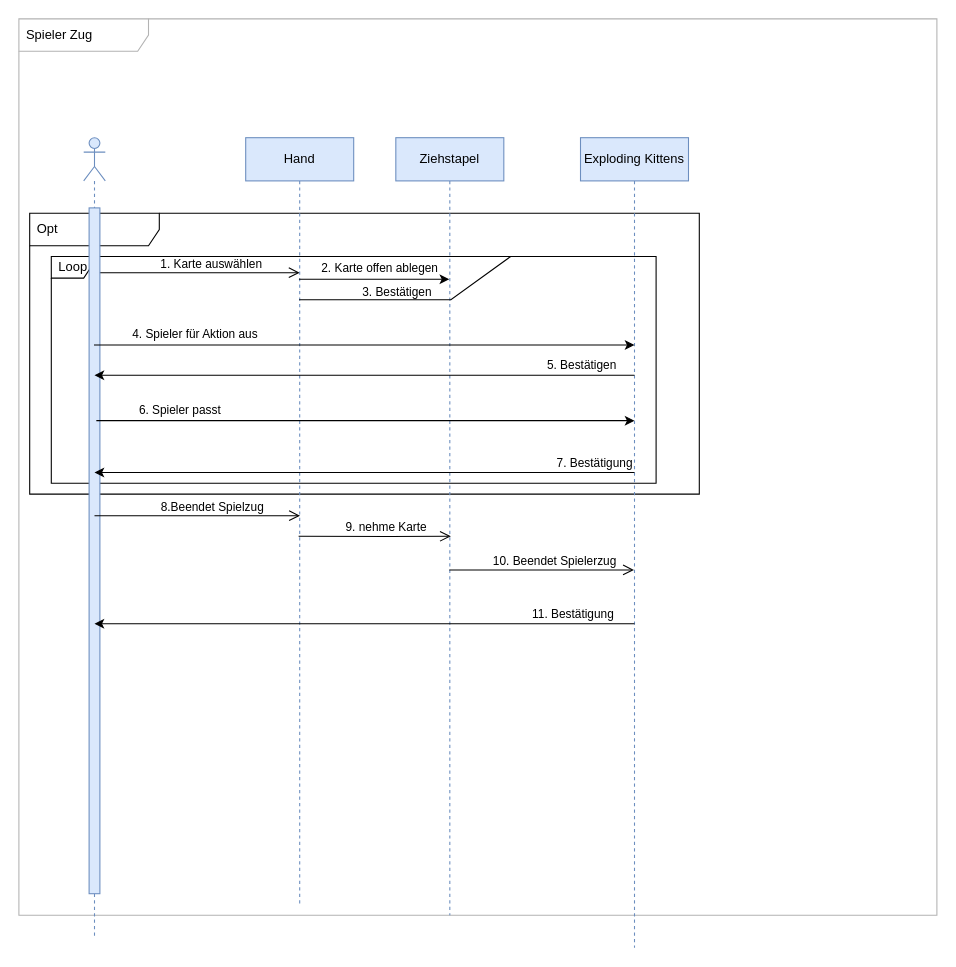
Earlier version of the draw.io diagram sequence_diagram/diagram/workspace/sequence.drawio (anuerk/se_exploding_kittens). Source tidied: cells renumbered, new cells numbered last; positions are measured from the earlier drawing's top-left corner, leaving out a move shared by most shapes. Both pictures are drawn from the tidied source at 108%, with x=0, y=0 at pixel (18, 18).
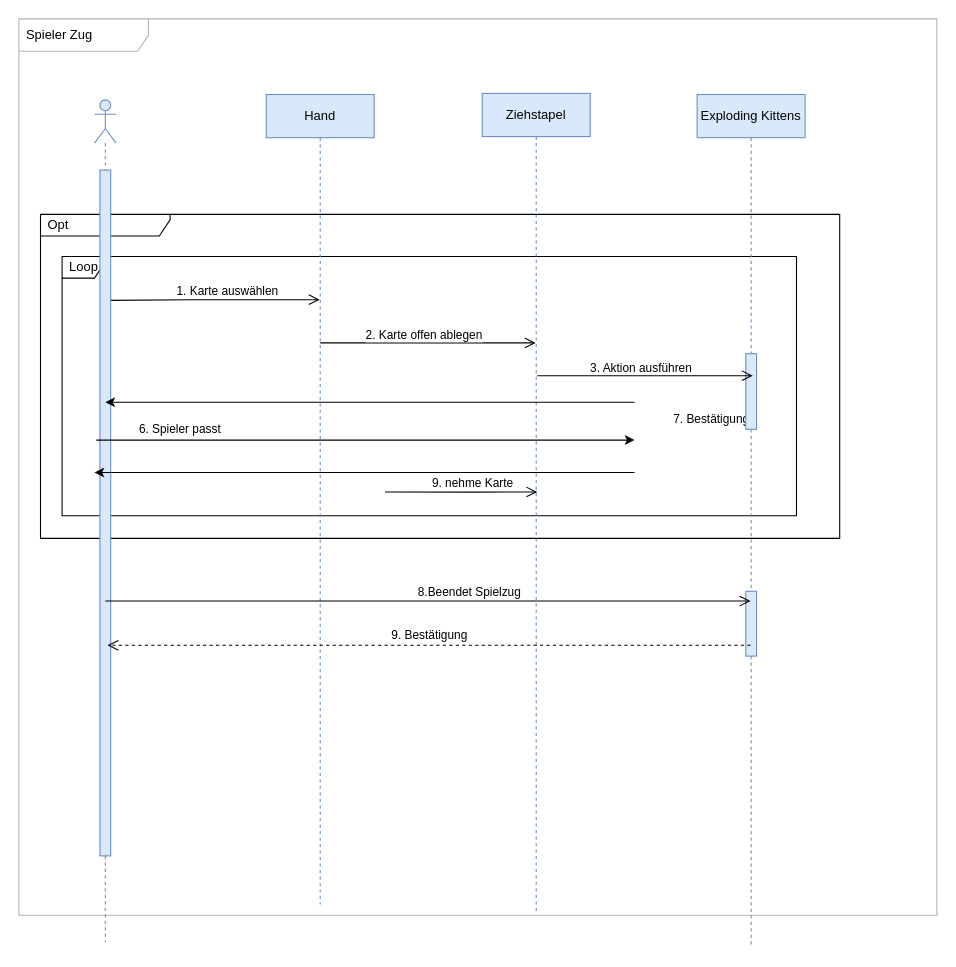
The same page after the edit.

The change refers to these unchanged cells:
```xml
<mxCell id="18" style="rounded=0;whiteSpace=wrap;html=1;labelBackgroundColor=none;strokeColor=#6c8ebf;fillColor=#dae8fc;" parent="17" vertex="1">
  <mxGeometry x="5" y="65" width="10" height="635" as="geometry" />
</mxCell>
```

Change to the diagram source:
```diff
@@
     <mxCell id="2" value="Loop" style="shape=umlFrame;whiteSpace=wrap;html=1;width=40;height=20;boundedLbl=1;verticalAlign=middle;align=left;spacingLeft=5;rounded=0;labelBackgroundColor=none;strokeColor=default;fillColor=none;gradientColor=none;" parent="1" vertex="1">
-      <mxGeometry x="30" y="220" width="560" height="210" as="geometry" />
+      <mxGeometry x="40" y="220" width="680" height="240" as="geometry" />
     </mxCell>
@@
-    <mxCell id="4" value="Opt" style="shape=umlFrame;whiteSpace=wrap;html=1;width=120;height=30;boundedLbl=1;verticalAlign=middle;align=left;spacingLeft=5;rounded=0;labelBackgroundColor=none;strokeColor=default;fillColor=none;gradientColor=none;" parent="1" vertex="1">
-      <mxGeometry x="10" y="180" width="620" height="260" as="geometry" />
+    <mxCell id="4" value="Opt" style="shape=umlFrame;whiteSpace=wrap;html=1;width=120;height=20;boundedLbl=1;verticalAlign=middle;align=left;spacingLeft=5;rounded=0;labelBackgroundColor=none;strokeColor=default;fillColor=none;gradientColor=none;" parent="1" vertex="1">
+      <mxGeometry x="20" y="181" width="740" height="300" as="geometry" />
     </mxCell>
-    <mxCell id="5" style="endArrow=open;startArrow=none;endFill=0;startFill=0;endSize=8;html=1;verticalAlign=bottom;labelBackgroundColor=none;strokeWidth=1;rounded=0;" parent="1" edge="1">
+    <mxCell id="5" style="endArrow=open;startArrow=none;endFill=0;startFill=0;endSize=8;html=1;verticalAlign=bottom;labelBackgroundColor=none;strokeWidth=1;rounded=0;exitX=0.659;exitY=0.19;exitDx=0;exitDy=0;exitPerimeter=0;" parent="1" edge="1" source="18" target="7">
       <mxGeometry relative="1" as="geometry">
-        <mxPoint x="69.3" y="235" as="sourcePoint" />
-        <mxPoint x="260" y="235" as="targetPoint" />
         <Array as="points">
-          <mxPoint x="160" y="235" />
+          <mxPoint x="160" y="260" />
         </Array>
       </mxGeometry>
     </mxCell>
@@
     <mxCell id="7" value="Hand" style="shape=umlLifeline;perimeter=lifelinePerimeter;whiteSpace=wrap;html=1;outlineConnect=0;rounded=0;labelBackgroundColor=none;fillColor=#dae8fc;strokeColor=#6c8ebf;" parent="1" vertex="1">
-      <mxGeometry x="210" y="110" width="100" height="710" as="geometry" />
+      <mxGeometry x="229" y="70" width="100" height="750" as="geometry" />
     </mxCell>
+    <mxCell id="12" style="endArrow=open;html=1;rounded=0;verticalAlign=bottom;strokeWidth=1;labelBackgroundColor=none;endFill=0;endSize=8;startFill=0;" parent="7" edge="1" target="8">
+      <mxGeometry relative="1" as="geometry">
+        <mxPoint x="50" y="230" as="sourcePoint" />
+        <Array as="points">
+          <mxPoint x="110.7" y="230" />
+        </Array>
+      </mxGeometry>
+    </mxCell>
+    <mxCell id="13" value="2. Karte offen ablegen" style="edgeLabel;html=1;align=center;verticalAlign=middle;" parent="12" vertex="1">
+      <mxGeometry x="-0.34" y="4" relative="1" as="geometry">
+        <mxPoint x="29" y="-4" as="offset" />
+      </mxGeometry>
+    </mxCell>
     <mxCell id="8" value="Ziehstapel" style="shape=umlLifeline;perimeter=lifelinePerimeter;whiteSpace=wrap;html=1;outlineConnect=0;rounded=0;labelBackgroundColor=none;fillColor=#dae8fc;strokeColor=#6c8ebf;" parent="1" vertex="1">
-      <mxGeometry x="349" y="110" width="100" height="720" as="geometry" />
+      <mxGeometry x="429" y="69" width="100" height="760" as="geometry" />
     </mxCell>
@@
-    <mxCell id="11" value="11. Bestätigung" style="edgeLabel;html=1;align=center;verticalAlign=middle;" parent="8" vertex="1">
-      <mxGeometry x="163" y="440" as="geometry" />
-    </mxCell>
-    <mxCell id="12" style="endArrow=classic;html=1;rounded=0;" parent="1" edge="1">
-      <mxGeometry relative="1" as="geometry">
-        <mxPoint x="259.3" y="241" as="sourcePoint" />
-        <mxPoint x="398.5" y="241" as="targetPoint" />
-        <Array as="points">
-          <mxPoint x="320" y="241" />
-        </Array>
-      </mxGeometry>
-    </mxCell>
-    <mxCell id="13" value="2. Karte offen ablegen" style="edgeLabel;html=1;align=center;verticalAlign=middle;" parent="1" vertex="1">
-      <mxGeometry x="333" y="230" as="geometry" />
-    </mxCell>
     <mxCell id="14" value="Exploding Kittens" style="shape=umlLifeline;perimeter=lifelinePerimeter;whiteSpace=wrap;html=1;outlineConnect=0;rounded=0;labelBackgroundColor=none;fillColor=#dae8fc;strokeColor=#6c8ebf;" parent="1" vertex="1">
-      <mxGeometry x="520" y="110" width="100" height="750" as="geometry" />
+      <mxGeometry x="628" y="70" width="100" height="790" as="geometry" />
     </mxCell>
@@
-    <mxCell id="16" value="3. Bestätigen" style="edgeLabel;html=1;align=center;verticalAlign=middle;" parent="1" vertex="1">
-      <mxGeometry x="349" y="252" as="geometry" />
-    </mxCell>
+    <mxCell id="32" style="rounded=0;whiteSpace=wrap;html=1;labelBackgroundColor=none;strokeColor=#6c8ebf;fillColor=#dae8fc;" parent="14" vertex="1">
+      <mxGeometry x="45" y="240" width="10" height="70" as="geometry" />
+    </mxCell>
+    <mxCell id="33" style="rounded=0;whiteSpace=wrap;html=1;labelBackgroundColor=none;strokeColor=#6c8ebf;fillColor=#dae8fc;" parent="14" vertex="1">
+      <mxGeometry x="45" y="460" width="10" height="60" as="geometry" />
+    </mxCell>
     <mxCell id="17" style="shape=umlLifeline;participant=umlActor;perimeter=lifelinePerimeter;whiteSpace=wrap;html=1;verticalAlign=top;spacingTop=36;rounded=0;labelBackgroundColor=none;strokeColor=#6c8ebf;fillColor=#dae8fc;" parent="1" vertex="1">
-      <mxGeometry x="60" y="110" width="20" height="740" as="geometry" />
+      <mxGeometry x="70" y="75" width="20" height="780" as="geometry" />
     </mxCell>
@@
-    <mxCell id="19" value="5. Bestätigen" style="edgeLabel;html=1;align=center;verticalAlign=middle;" parent="1" vertex="1">
-      <mxGeometry x="520" y="320" as="geometry" />
-    </mxCell>
     <mxCell id="20" style="endArrow=classic;html=1;rounded=0;" parent="1" edge="1">
       <mxGeometry relative="1" as="geometry">
-        <mxPoint x="71.7" y="372" as="sourcePoint" />
-        <mxPoint x="570" y="372" as="targetPoint" />
+        <mxPoint x="71.7" y="390" as="sourcePoint" />
+        <mxPoint x="570" y="390" as="targetPoint" />
       </mxGeometry>
     </mxCell>
@@
-    <mxCell id="23" style="endArrow=open;startArrow=none;endFill=0;startFill=0;endSize=8;html=1;verticalAlign=bottom;labelBackgroundColor=none;strokeWidth=1;rounded=0;" parent="1" edge="1">
+    <mxCell id="23" style="endArrow=open;startArrow=none;endFill=0;startFill=0;endSize=8;html=1;verticalAlign=bottom;labelBackgroundColor=none;strokeWidth=1;rounded=0;" parent="1" edge="1" target="14">
       <mxGeometry relative="1" as="geometry">
-        <mxPoint x="70" y="460" as="sourcePoint" />
-        <mxPoint x="260.3" y="460" as="targetPoint" />
+        <mxPoint x="80" y="539" as="sourcePoint" />
         <Array as="points">
-          <mxPoint x="160.3" y="460" />
+          <mxPoint x="170.3" y="539" />
         </Array>
       </mxGeometry>
     </mxCell>
@@
-    <mxCell id="25" style="endArrow=open;startArrow=none;endFill=0;startFill=0;endSize=8;html=1;verticalAlign=bottom;labelBackgroundColor=none;strokeWidth=1;rounded=0;" parent="1" edge="1" source="8" target="14">
-      <mxGeometry relative="1" as="geometry">
-        <Array as="points">
-          <mxPoint x="514.2" y="510.2" />
-        </Array>
-      </mxGeometry>
-    </mxCell>
-    <mxCell id="26" value="10. Beendet Spielerzug" style="edgeLabel;html=1;align=center;verticalAlign=middle;" parent="25" vertex="1">
-      <mxGeometry x="0.12" y="9" relative="1" as="geometry">
-        <mxPoint x="1" as="offset" />
-      </mxGeometry>
-    </mxCell>
-    <mxCell id="27" style="endArrow=classic;html=1;rounded=0;" parent="1" edge="1">
-      <mxGeometry relative="1" as="geometry">
-        <mxPoint x="260" y="560" as="sourcePoint" />
-        <mxPoint x="70" y="560" as="targetPoint" />
-        <Array as="points">
-          <mxPoint x="570" y="560" />
-        </Array>
-      </mxGeometry>
-    </mxCell>
     <mxCell id="28" style="endArrow=classic;html=1;rounded=0;" parent="1" edge="1">
       <mxGeometry relative="1" as="geometry">
-        <mxPoint x="260" y="330" as="sourcePoint" />
-        <mxPoint x="70" y="330" as="targetPoint" />
+        <mxPoint x="260" y="355" as="sourcePoint" />
+        <mxPoint x="80" y="355" as="targetPoint" />
         <Array as="points">
-          <mxPoint x="570" y="330" />
+          <mxPoint x="570" y="355" />
         </Array>
       </mxGeometry>
     </mxCell>
-    <mxCell id="29" style="endArrow=classic;html=1;rounded=0;" parent="1" edge="1">
-      <mxGeometry relative="1" as="geometry">
-        <mxPoint x="69.5" y="302" as="sourcePoint" />
-        <mxPoint x="570" y="302" as="targetPoint" />
-      </mxGeometry>
-    </mxCell>
-    <mxCell id="30" value="4. Spieler für Aktion aus" style="edgeLabel;html=1;align=center;verticalAlign=middle;" parent="29" vertex="1">
-      <mxGeometry x="0.39" y="-7" relative="1" as="geometry">
-        <mxPoint x="-255" y="-18" as="offset" />
-      </mxGeometry>
-    </mxCell>
-    <mxCell id="31" style="endArrow=none;rounded=0;" parent="1" edge="1" source="7" target="2">
-      <mxGeometry relative="1" as="geometry">
-        <Array as="points">
-          <mxPoint x="400" y="260" />
-        </Array>
-      </mxGeometry>
-    </mxCell>
+    <mxCell id="34" style="endArrow=open;html=1;rounded=0;verticalAlign=bottom;strokeWidth=1;labelBackgroundColor=none;endFill=0;endSize=8;startFill=0;" parent="1" edge="1">
+      <mxGeometry relative="1" as="geometry">
+        <mxPoint x="480" y="330.4" as="sourcePoint" />
+        <mxPoint x="679.5" y="330.4" as="targetPoint" />
+        <Array as="points">
+          <mxPoint x="540.7" y="330.4" />
+        </Array>
+      </mxGeometry>
+    </mxCell>
+    <mxCell id="35" value="3. Aktion ausführen" style="edgeLabel;html=1;align=center;verticalAlign=middle;" parent="34" vertex="1">
+      <mxGeometry x="-0.34" y="4" relative="1" as="geometry">
+        <mxPoint x="29" y="-4" as="offset" />
+      </mxGeometry>
+    </mxCell>
+    <mxCell id="36" value="9. Bestätigung" style="endArrow=open;startArrow=none;endFill=0;startFill=0;endSize=8;html=1;verticalAlign=bottom;dashed=1;labelBackgroundColor=none;rounded=0;" parent="1" edge="1" source="14">
+      <mxGeometry relative="1" as="geometry">
+        <mxPoint x="82" y="580" as="targetPoint" />
+      </mxGeometry>
+    </mxCell>
```
